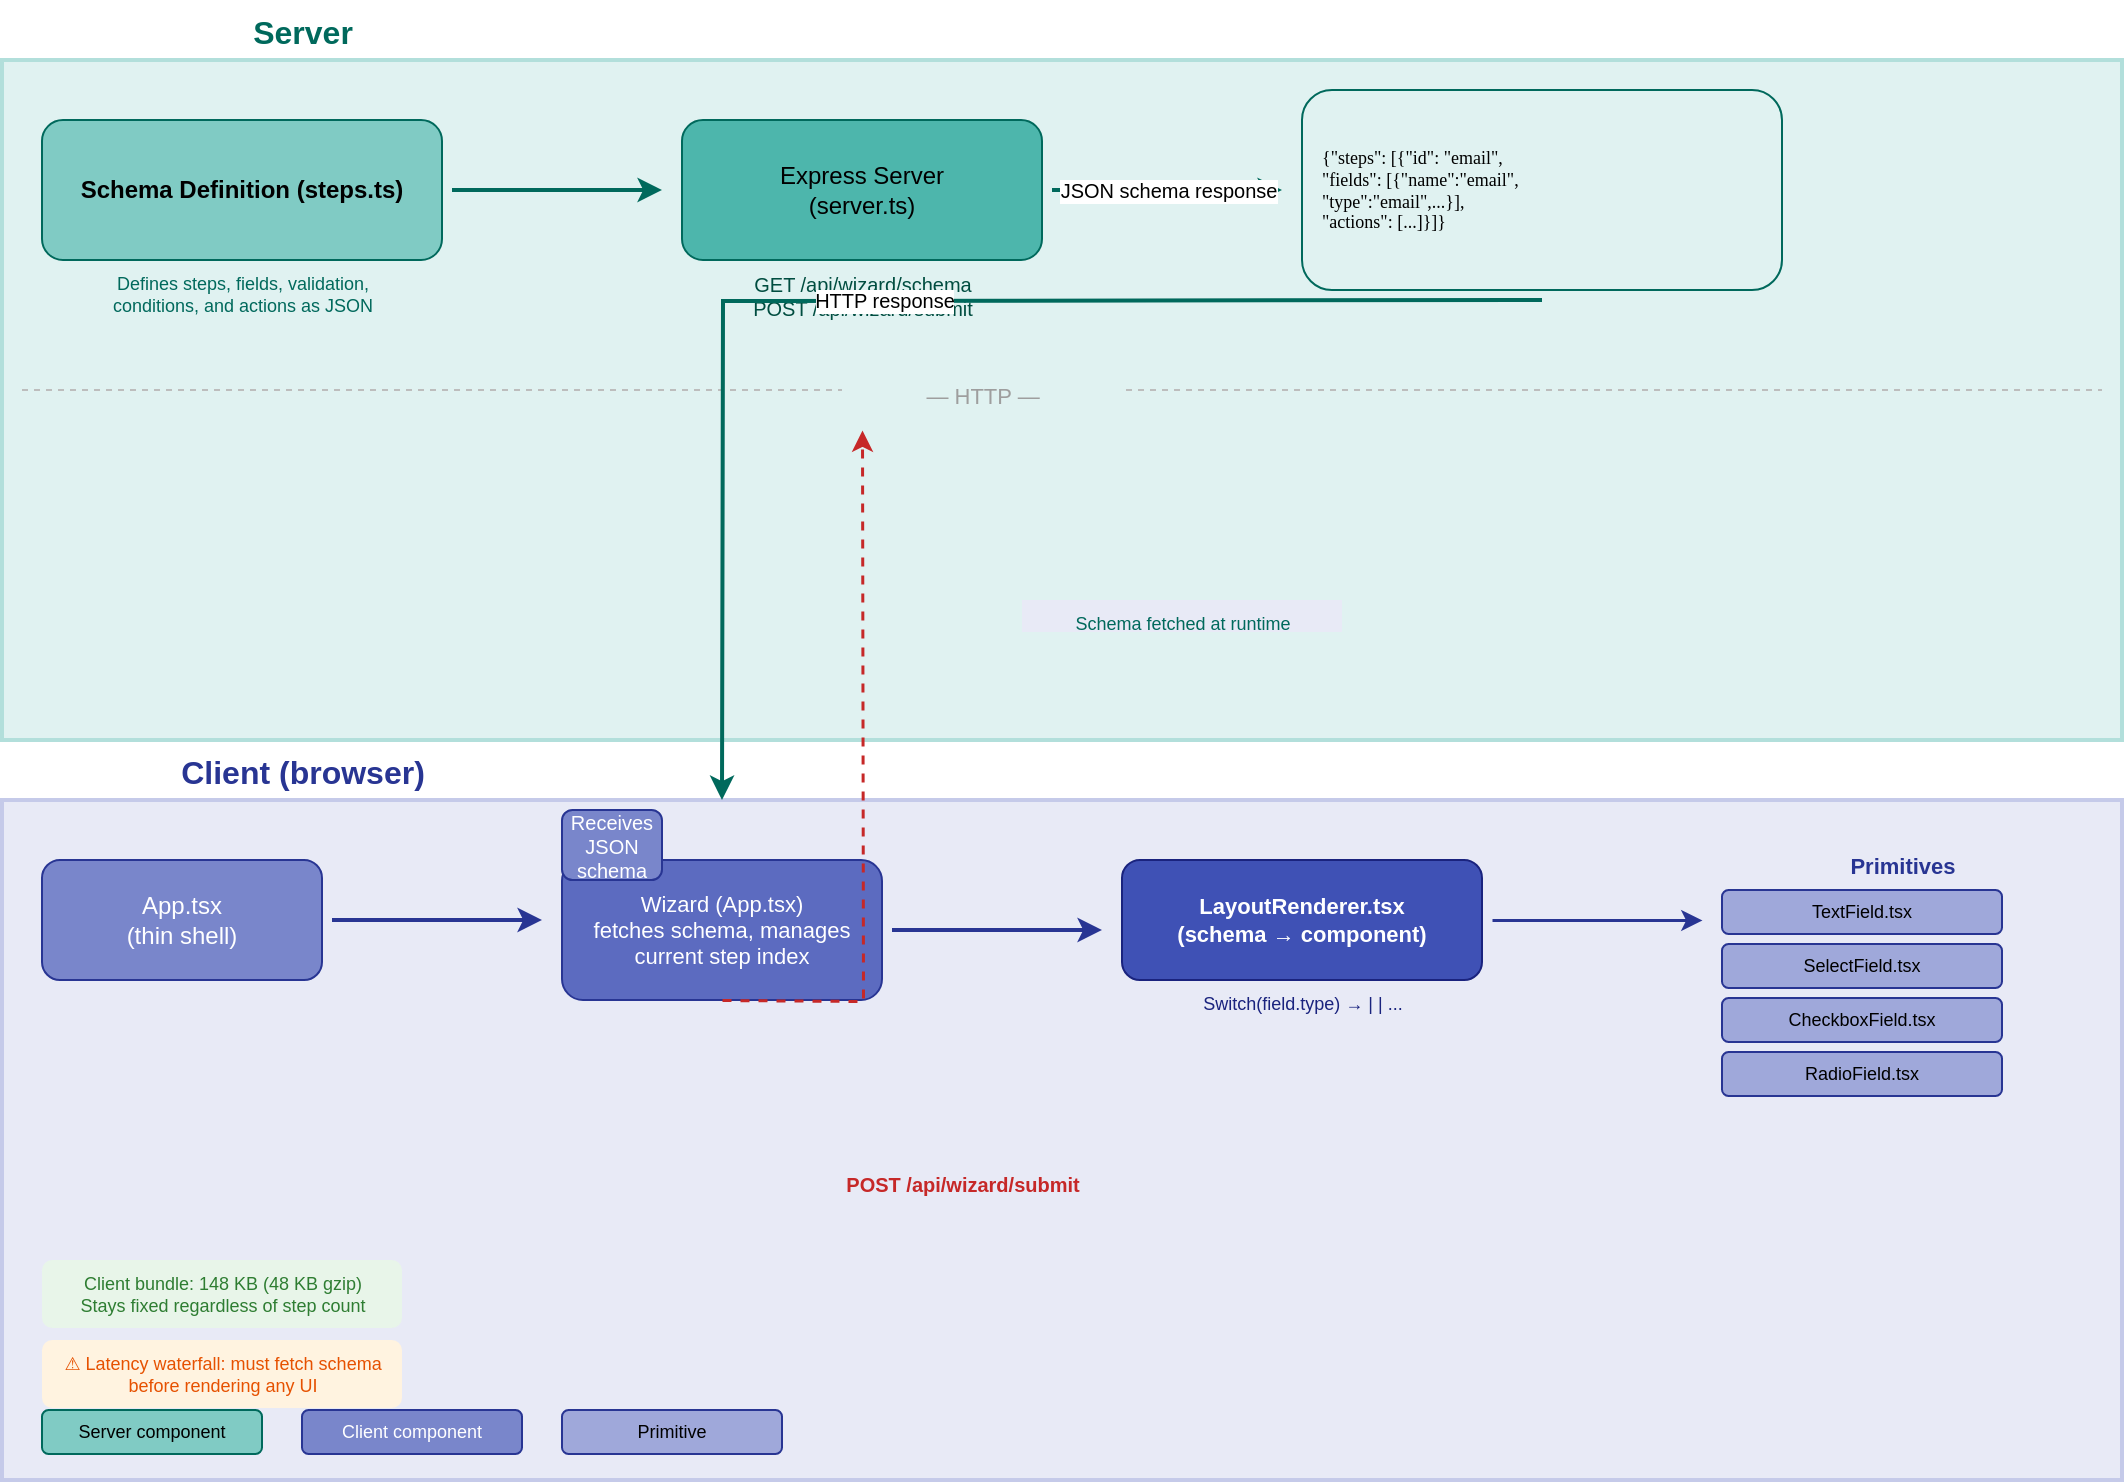
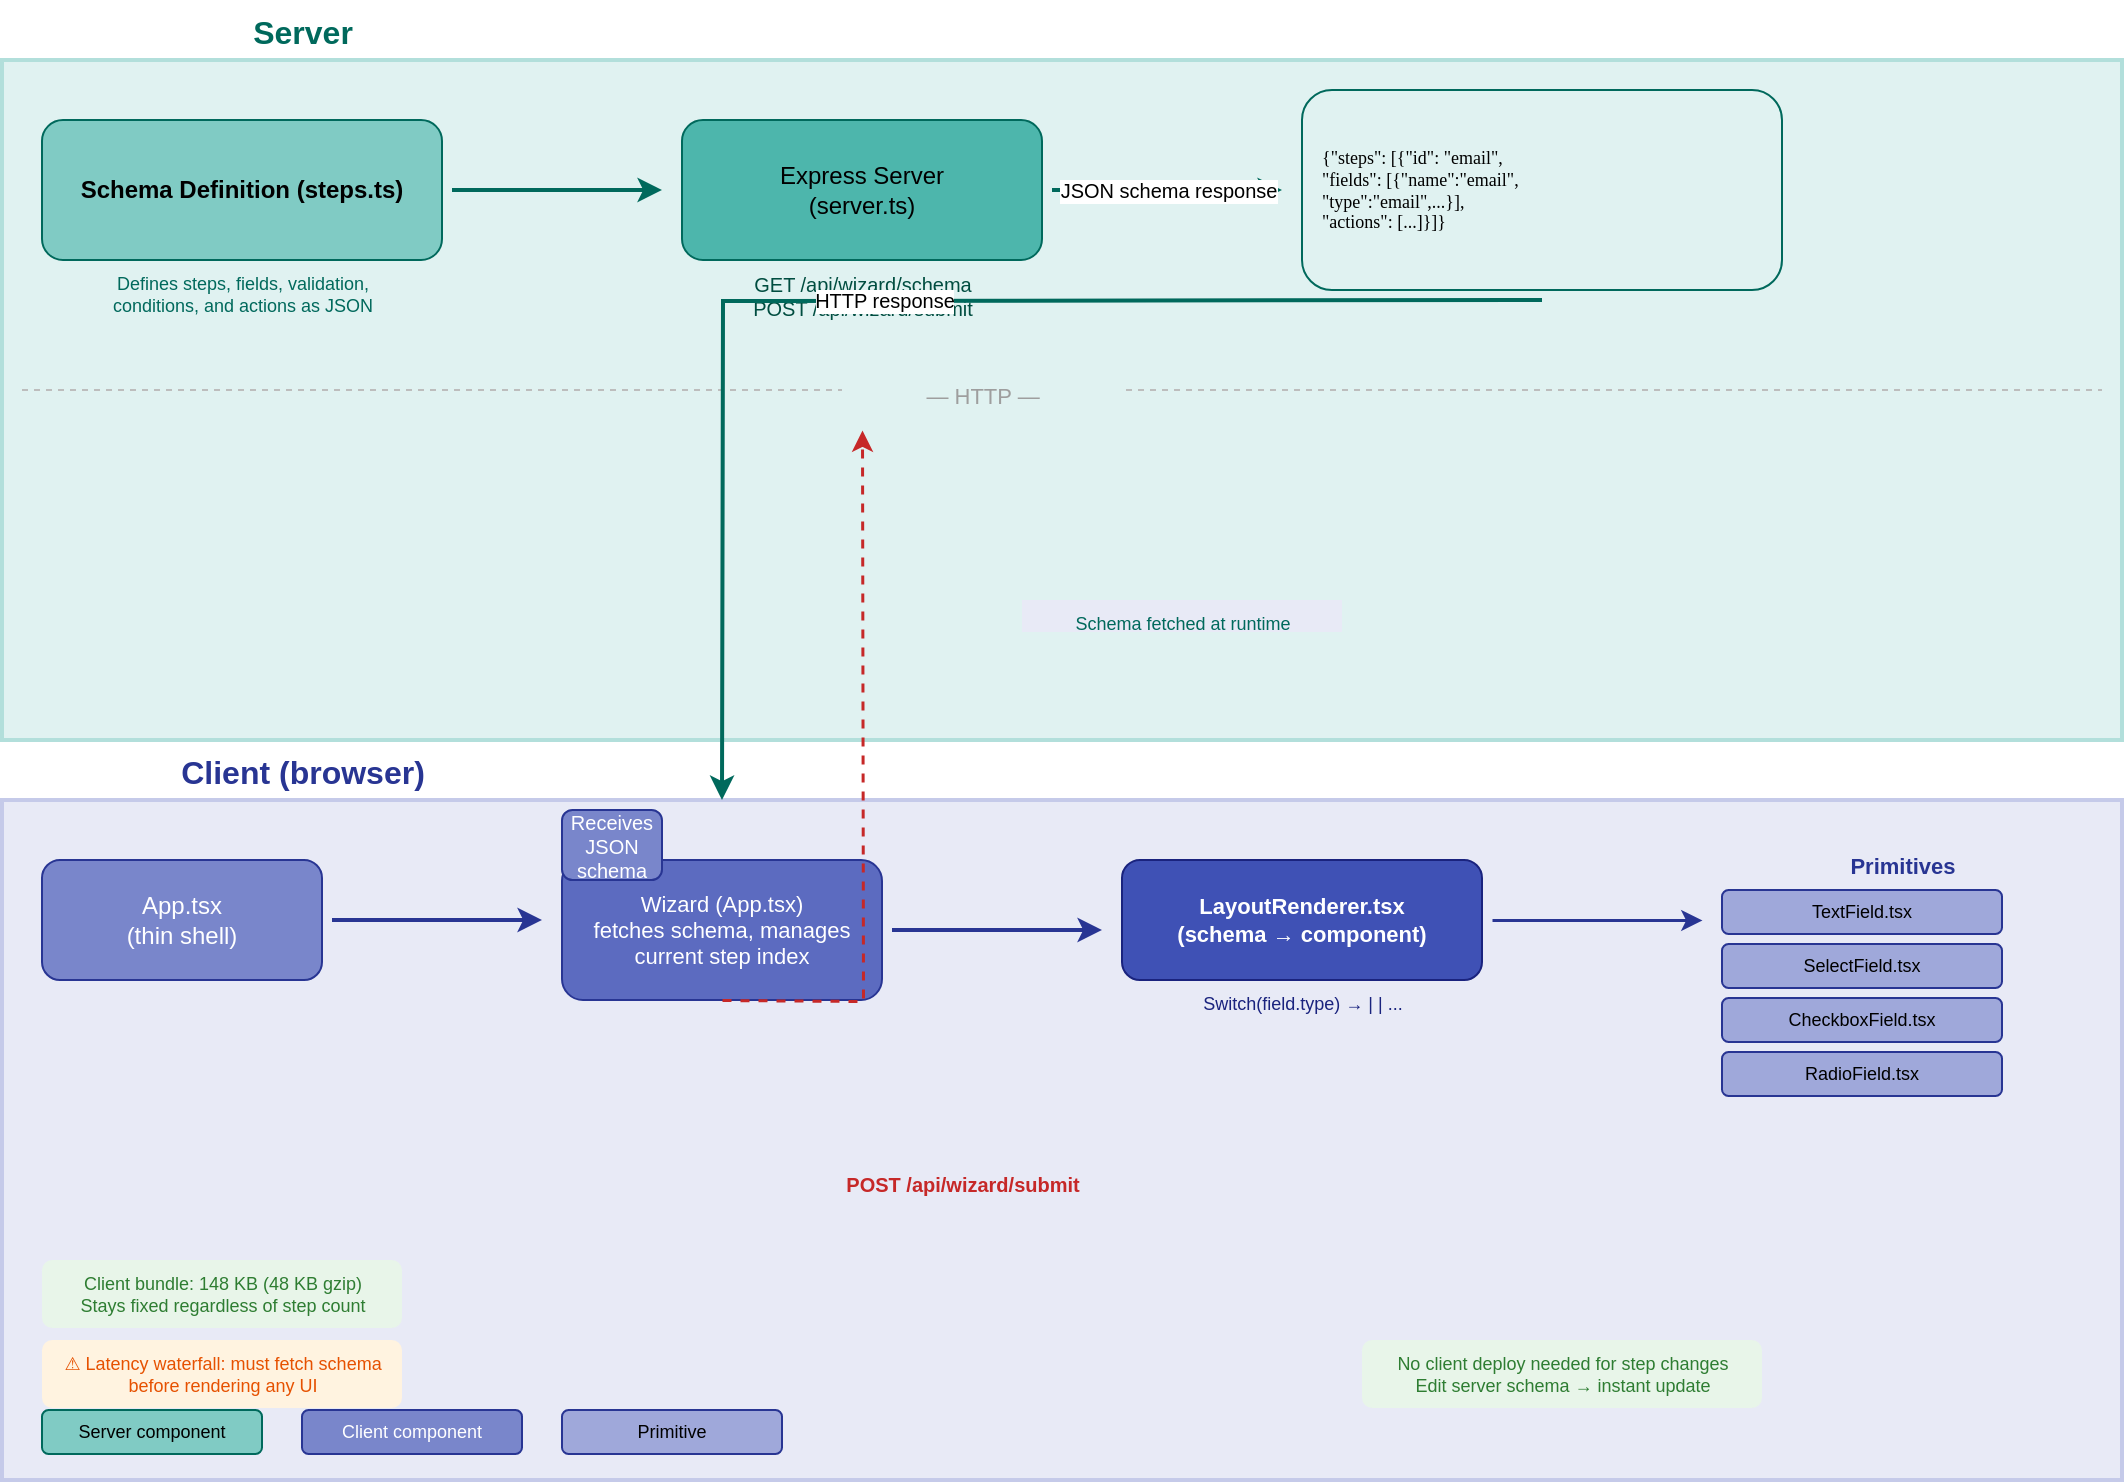
<mxfile host="app.diagrams.net" modified="2026-07-02T11:00:00Z" agent="Mozilla/5.0" version="24.2.5">
  <diagram name="Architecture Flow" id="flow">
    <mxGraphModel dx="0" dy="0" grid="1" gridSize="10" guides="1" tooltips="1" connect="1" arrows="1" fold="1" page="1" pageScale="1" pageWidth="1100" pageHeight="850" math="0" shadow="0">
      <root>
        <mxCell id="0" />
        <mxCell id="1" parent="0" />

        <!-- Section: Server -->
        <mxCell id="s-server" value="Server" style="text;html=1;strokeColor=none;fillColor=none;align=center;fontSize=16;fontStyle=1;fontColor=#00695c;" vertex="1" parent="1">
          <mxGeometry x="20" y="10" width="300" height="30" as="geometry" />
        </mxCell>

        <mxCell id="bg-server" value="" style="rounded=0;whiteSpace=window;fillColor=#e0f2f1;strokeColor=#b2dfdb;strokeWidth=2;fontSize=12;html=1;" vertex="1" parent="1">
          <mxGeometry x="20" y="40" width="1060" height="340" as="geometry" />
        </mxCell>

        <!-- Schema definition -->
        <mxCell id="schema-def" value="Schema Definition (steps.ts)" style="rounded=1;whiteSpace=wrap;html=1;fillColor=#80cbc4;strokeColor=#00695c;fontSize=12;fontStyle=1;" vertex="1" parent="1">
          <mxGeometry x="40" y="70" width="200" height="70" as="geometry" />
        </mxCell>

        <mxCell id="schema-def-note" value="Defines steps, fields, validation,&#10;conditions, and actions as JSON" style="text;html=1;strokeColor=none;fillColor=none;align=center;fontSize=9;fontColor=#00695c;" vertex="1" parent="1">
          <mxGeometry x="40" y="140" width="200" height="30" as="geometry" />
        </mxCell>

        <!-- Arrow: schema → server -->
        <mxCell id="arrow-schema-server" value="" style="edgeStyle=orthogonalEdgeStyle;rounded=0;orthogonalLoop=1;jettySize=auto;html=1;exitX=1;exitY=0.5;entryX=0;entryY=0.5;strokeWidth=2;strokeColor=#00695c;" edge="1" parent="1">
          <mxGeometry relative="1" as="geometry">
            <mxPoint x="245" y="105" as="sourcePoint" />
            <mxPoint x="350" y="105" as="targetPoint" />
          </mxGeometry>
        </mxCell>

        <!-- Express server -->
        <mxCell id="express-server" value="Express Server&#10;(server.ts)" style="rounded=1;whiteSpace=wrap;html=1;fillColor=#4db6ac;strokeColor=#00695c;fontSize=12;" vertex="1" parent="1">
          <mxGeometry x="360" y="70" width="180" height="70" as="geometry" />
        </mxCell>

        <mxCell id="express-note" value="GET /api/wizard/schema&#10;POST /api/wizard/submit" style="text;html=1;strokeColor=none;fillColor=none;align=center;fontSize=10;fontColor=#004d40;" vertex="1" parent="1">
          <mxGeometry x="360" y="140" width="180" height="30" as="geometry" />
        </mxCell>

        <!-- Arrow: server → response -->
        <mxCell id="arrow-server-response" value="JSON schema response" style="edgeStyle=orthogonalEdgeStyle;rounded=0;orthogonalLoop=1;jettySize=auto;html=1;exitX=1;exitY=0.5;entryX=0;entryY=0.5;strokeWidth=2;strokeColor=#00695c;fontSize=10;" edge="1" parent="1">
          <mxGeometry relative="1" as="geometry">
            <mxPoint x="545" y="105" as="sourcePoint" />
            <mxPoint x="660" y="105" as="targetPoint" />
          </mxGeometry>
        </mxCell>

        <!-- JSON response preview -->
        <mxCell id="json-preview" value="{&quot;steps&quot;: [{&quot;id&quot;: &quot;email&quot;,&#10; &quot;fields&quot;: [{&quot;name&quot;:&quot;email&quot;,&#10; &quot;type&quot;:&quot;email&quot;,...}],&#10; &quot;actions&quot;: [...]}]}" style="rounded=1;whiteSpace=pre;html=1;fillColor=#e0f2f1;strokeColor=#00695c;fontSize=9;fontFamily=Consolas;align=left;spacingLeft=8;" vertex="1" parent="1">
          <mxGeometry x="670" y="55" width="240" height="100" as="geometry" />
        </mxCell>

        <!-- Divider -->
        <mxCell id="divider-line" value="" style="line;strokeWidth=1;strokeColor=#bdbdbd;dashed=1;html=1;" vertex="1" parent="1">
          <mxGeometry x="30" y="200" width="1040" height="10" as="geometry" />
        </mxCell>

        <mxCell id="divider-label" value="— HTTP —" style="text;html=1;strokeColor=none;fillColor=#e0f2f1;align=center;fontSize=11;fontColor=#9e9e9e;" vertex="1" parent="1">
          <mxGeometry x="440" y="195" width="140" height="18" as="geometry" />
        </mxCell>

        <!-- Section: Client -->
        <mxCell id="s-client" value="Client (browser)" style="text;html=1;strokeColor=none;fillColor=none;align=center;fontSize=16;fontStyle=1;fontColor=#283593;" vertex="1" parent="1">
          <mxGeometry x="20" y="380" width="300" height="30" as="geometry" />
        </mxCell>

        <mxCell id="bg-client" value="" style="rounded=0;whiteSpace=window;fillColor=#e8eaf6;strokeColor=#c5cae9;strokeWidth=2;fontSize=12;html=1;" vertex="1" parent="1">
          <mxGeometry x="20" y="410" width="1060" height="340" as="geometry" />
        </mxCell>

        <!-- Client app shell -->
        <mxCell id="client-app" value="App.tsx&#10;(thin shell)" style="rounded=1;whiteSpace=wrap;html=1;fillColor=#7986cb;strokeColor=#283593;fontSize=12;fontColor=#ffffff;" vertex="1" parent="1">
          <mxGeometry x="40" y="440" width="140" height="60" as="geometry" />
        </mxCell>

        <!-- Arrow: app → wizard -->
        <mxCell id="arrow-app-wizard" value="" style="edgeStyle=orthogonalEdgeStyle;rounded=0;orthogonalLoop=1;jettySize=auto;html=1;exitX=1;exitY=0.5;entryX=0;entryY=0.5;strokeWidth=2;strokeColor=#283593;" edge="1" parent="1">
          <mxGeometry relative="1" as="geometry">
            <mxPoint x="185" y="470" as="sourcePoint" />
            <mxPoint x="290" y="470" as="targetPoint" />
          </mxGeometry>
        </mxCell>

        <!-- Wizard container -->
        <mxCell id="wizard-container" value="Wizard (App.tsx)&#10;fetches schema, manages&#10;current step index" style="rounded=1;whiteSpace=wrap;html=1;fillColor=#5c6bc0;strokeColor=#283593;fontSize=11;fontColor=#ffffff;" vertex="1" parent="1">
          <mxGeometry x="300" y="440" width="160" height="70" as="geometry" />
        </mxCell>

        <!-- Arrow: wizard → renderer -->
        <mxCell id="arrow-wizard-renderer" value="" style="edgeStyle=orthogonalEdgeStyle;rounded=0;orthogonalLoop=1;jettySize=auto;html=1;exitX=1;exitY=0.5;entryX=0;entryY=0.5;strokeWidth=2;strokeColor=#283593;" edge="1" parent="1">
          <mxGeometry relative="1" as="geometry">
            <mxPoint x="465" y="475" as="sourcePoint" />
            <mxPoint x="570" y="475" as="targetPoint" />
          </mxGeometry>
        </mxCell>

        <!-- LayoutRenderer -->
        <mxCell id="layout-renderer" value="LayoutRenderer.tsx&#10;(schema → component)" style="rounded=1;whiteSpace=wrap;html=1;fillColor=#3f51b5;strokeColor=#1a237e;fontSize=11;fontColor=#ffffff;fontStyle=1;" vertex="1" parent="1">
          <mxGeometry x="580" y="440" width="180" height="60" as="geometry" />
        </mxCell>

        <mxCell id="renderer-note" value="Switch(field.type) → &lt;TextField/&gt; | &lt;SelectField/&gt; | ..." style="text;html=1;strokeColor=none;fillColor=none;align=center;fontSize=9;fontColor=#1a237e;" vertex="1" parent="1">
          <mxGeometry x="580" y="500" width="180" height="16" as="geometry" />
        </mxCell>

        <mxCell id="sdui-bundle-size" value="Client bundle: 148 KB (48 KB gzip)&#10;Stays fixed regardless of step count" style="text;html=1;strokeColor=none;fillColor=#e8f5e9;align=center;fontSize=9;fontColor=#2e7d32;rounded=1;" vertex="1" parent="1">
          <mxGeometry x="40" y="640" width="180" height="34" as="geometry" />
        </mxCell>

        <!-- Arrow: renderer → primitives -->
        <mxCell id="arrow-renderer-prims" value="" style="edgeStyle=orthogonalEdgeStyle;rounded=0;orthogonalLoop=1;jettySize=auto;html=1;exitX=1;exitY=0.5;entryX=0;entryY=0.5;strokeWidth=1.5;strokeColor=#283593;" edge="1" parent="1">
          <mxGeometry relative="1" as="geometry">
            <mxPoint x="765" y="470" as="sourcePoint" />
            <mxPoint x="870" y="470" as="targetPoint" />
          </mxGeometry>
        </mxCell>

        <!-- Primitives -->
        <mxCell id="primitives-title" value="Primitives" style="text;html=1;strokeColor=none;fillColor=none;align=center;fontSize=11;fontStyle=1;fontColor=#283593;" vertex="1" parent="1">
          <mxGeometry x="880" y="430" width="180" height="20" as="geometry" />
        </mxCell>

+         <mxCell id="primitives-count" value="6 reusable primitives" style="text;html=1;strokeColor=none;fillColor=none;align=center;fontSize=8;fontColor=#283593;fontStyle=1;" vertex="1" parent="1">
+           <mxGeometry x="880" y="448" width="180" height="14" as="geometry" />
+         </mxCell>
+ 
        <mxCell id="prim-text" value="TextField.tsx" style="rounded=1;whiteSpace=wrap;html=1;fillColor=#9fa8da;strokeColor=#283593;fontSize=9;" vertex="1" parent="1">
          <mxGeometry x="880" y="455" width="140" height="22" as="geometry" />
        </mxCell>

        <mxCell id="prim-select" value="SelectField.tsx" style="rounded=1;whiteSpace=wrap;html=1;fillColor=#9fa8da;strokeColor=#283593;fontSize=9;" vertex="1" parent="1">
          <mxGeometry x="880" y="482" width="140" height="22" as="geometry" />
        </mxCell>

        <mxCell id="prim-checkbox" value="CheckboxField.tsx" style="rounded=1;whiteSpace=wrap;html=1;fillColor=#9fa8da;strokeColor=#283593;fontSize=9;" vertex="1" parent="1">
          <mxGeometry x="880" y="509" width="140" height="22" as="geometry" />
        </mxCell>

        <mxCell id="prim-radio" value="RadioField.tsx" style="rounded=1;whiteSpace=wrap;html=1;fillColor=#9fa8da;strokeColor=#283593;fontSize=9;" vertex="1" parent="1">
          <mxGeometry x="880" y="536" width="140" height="22" as="geometry" />
        </mxCell>

        <!-- Legend -->
        <mxCell id="legend" value="Legend" style="text;html=1;strokeColor=none;fillColor=none;align=left;fontSize=11;fontStyle=1;fontColor=#616161;" vertex="1" parent="1">
          <mxGeometry x="40" y="690" width="60" height="20" as="geometry" />
        </mxCell>

        <mxCell id="legend-srv" value="Server component" style="rounded=1;whiteSpace=wrap;html=1;fillColor=#80cbc4;strokeColor=#00695c;fontSize=9;" vertex="1" parent="1">
          <mxGeometry x="40" y="715" width="110" height="22" as="geometry" />
        </mxCell>

        <mxCell id="legend-cli" value="Client component" style="rounded=1;whiteSpace=wrap;html=1;fillColor=#7986cb;strokeColor=#283593;fontSize=9;fontColor=#ffffff;" vertex="1" parent="1">
          <mxGeometry x="170" y="715" width="110" height="22" as="geometry" />
        </mxCell>

        <mxCell id="legend-prim" value="Primitive" style="rounded=1;whiteSpace=wrap;html=1;fillColor=#9fa8da;strokeColor=#283593;fontSize=9;" vertex="1" parent="1">
          <mxGeometry x="300" y="715" width="110" height="22" as="geometry" />
+         </mxCell>
+ 
+         <mxCell id="no-client-deploy" value="No client deploy needed for step changes&#10;Edit server schema → instant update" style="text;html=1;strokeColor=none;fillColor=#e8f5e9;align=center;fontSize=9;fontColor=#2e7d32;rounded=1;" vertex="1" parent="1">
+           <mxGeometry x="700" y="680" width="200" height="34" as="geometry" />
        </mxCell>

        <!-- Data submission flow (POST) -->
        <mxCell id="post-arrow-label" value="POST /api/wizard/submit" style="text;html=1;strokeColor=none;fillColor=none;align=center;fontSize=10;fontColor=#c62828;fontStyle=1;" vertex="1" parent="1">
          <mxGeometry x="430" y="590" width="140" height="16" as="geometry" />
        </mxCell>

        <mxCell id="post-arrow" value="" style="edgeStyle=orthogonalEdgeStyle;rounded=0;orthogonalLoop=1;jettySize=auto;html=1;exitX=0.5;exitY=1;entryX=0.5;entryY=0;strokeWidth=1.5;strokeColor=#c62828;dashed=1;fontSize=10;" edge="1" parent="1">
          <mxGeometry relative="1" as="geometry">
            <mxPoint x="380" y="510" as="sourcePoint" />
            <mxPoint x="450" y="225" as="targetPoint" />
          </mxGeometry>
        </mxCell>

        <!-- Arrow from schema to client -->
        <mxCell id="http-schema-arrow" value="HTTP response" style="edgeStyle=orthogonalEdgeStyle;rounded=0;orthogonalLoop=1;jettySize=auto;html=1;exitX=1;exitY=0.5;entryX=0.5;entryY=0;strokeWidth=2;strokeColor=#00695c;fontSize=10;" edge="1" parent="1">
          <mxGeometry relative="1" as="geometry">
            <mxPoint x="790" y="160" as="sourcePoint" />
            <mxPoint x="380" y="410" as="targetPoint" />
          </mxGeometry>
        </mxCell>

        <mxCell id="http-schema-label" value="Schema fetched at runtime" style="text;html=1;strokeColor=none;fillColor=#e8eaf6;align=center;fontSize=9;fontColor=#00695c;" vertex="1" parent="1">
          <mxGeometry x="530" y="310" width="160" height="16" as="geometry" />
        </mxCell>

        <!-- Client receives schema -->
        <mxCell id="client-receive" value="Receives JSON&#10;schema" style="rounded=1;whiteSpace=wrap;html=1;fillColor=#7986cb;strokeColor=#283593;fontSize=10;fontColor=#ffffff;" vertex="1" parent="1">
          <mxGeometry x="300" y="415" width="50" height="35" as="geometry" />
        </mxCell>

        <mxCell id="waterfall-note" value="⚠ Latency waterfall: must fetch schema&#10;before rendering any UI" style="text;html=1;strokeColor=none;fillColor=#fff3e0;align=center;fontSize=9;fontColor=#e65100;rounded=1;" vertex="1" parent="1">
          <mxGeometry x="40" y="680" width="180" height="34" as="geometry" />
        </mxCell>
      </root>
    </mxGraphModel>
  </diagram>
  <diagram id="components" name="Component Hierarchy">
    <mxGraphModel dx="0" dy="0" grid="1" gridSize="10" guides="1" tooltips="1" connect="1" arrows="1" fold="1" page="1" pageScale="1" pageWidth="1100" pageHeight="850" math="0" shadow="0">
      <root>
        <mxCell id="0" />
        <mxCell id="1" parent="0" />

        <mxCell id="h-title" value="Component Hierarchy — Server-Driven UI" style="text;html=1;strokeColor=none;fillColor=none;align=center;fontSize=16;fontStyle=1;fontColor=#283593;" vertex="1" parent="1">
          <mxGeometry x="300" y="20" width="400" height="30" as="geometry" />
        </mxCell>

        <!-- App -->
        <mxCell id="h-app" value="App.tsx" style="rounded=1;whiteSpace=wrap;html=1;fillColor=#c5cae9;strokeColor=#283593;fontSize=12;fontStyle=1;arcSize=20;" vertex="1" parent="1">
          <mxGeometry x="440" y="80" width="120" height="40" as="geometry" />
        </mxCell>

        <!-- WizardProvider -->
        <mxCell id="h-provider" value="WizardProvider&#10;(context / state)" style="rounded=1;whiteSpace=wrap;html=1;fillColor=#9fa8da;strokeColor=#283593;fontSize=11;" vertex="1" parent="1">
          <mxGeometry x="440" y="160" width="120" height="50" as="geometry" />
        </mxCell>

        <mxCell id="h-edge-app-provider" value="" style="edgeStyle=orthogonalEdgeStyle;rounded=0;orthogonalLoop=1;jettySize=auto;html=1;exitX=0.5;exitY=1;entryX=0.5;entryY=0;strokeWidth=1.5;strokeColor=#283593;" edge="1" parent="1">
          <mxGeometry relative="1" as="geometry">
            <mxPoint x="500" y="120" as="sourcePoint" />
            <mxPoint x="500" y="160" as="targetPoint" />
          </mxGeometry>
        </mxCell>

        <!-- Wizard -->
        <mxCell id="h-wizard" value="Wizard (in App.tsx)&#10;fetches schema, manages index" style="rounded=1;whiteSpace=wrap;html=1;fillColor=#7986cb;strokeColor=#283593;fontSize=10;fontColor=#ffffff;" vertex="1" parent="1">
          <mxGeometry x="430" y="250" width="140" height="40" as="geometry" />
        </mxCell>

        <mxCell id="h-edge-provider-wizard" value="" style="edgeStyle=orthogonalEdgeStyle;rounded=0;orthogonalLoop=1;jettySize=auto;html=1;exitX=0.5;exitY=1;entryX=0.5;entryY=0;strokeWidth=1.5;strokeColor=#283593;" edge="1" parent="1">
          <mxGeometry relative="1" as="geometry">
            <mxPoint x="500" y="210" as="sourcePoint" />
            <mxPoint x="500" y="250" as="targetPoint" />
          </mxGeometry>
        </mxCell>

        <!-- ProgressBar -->
        <mxCell id="h-progress" value="ProgressBar" style="rounded=1;whiteSpace=wrap;html=1;fillColor=#5c6bc0;strokeColor=#283593;fontSize=10;fontColor=#ffffff;" vertex="1" parent="1">
          <mxGeometry x="130" y="340" width="120" height="30" as="geometry" />
        </mxCell>

        <mxCell id="h-edge-wizard-progress" value="" style="edgeStyle=orthogonalEdgeStyle;rounded=0;orthogonalLoop=1;jettySize=auto;html=1;exitX=0.5;exitY=1;entryX=0.5;entryY=0;strokeWidth=1.5;strokeColor=#283593;" edge="1" parent="1">
          <mxGeometry relative="1" as="geometry">
            <mxPoint x="460" y="290" as="sourcePoint" />
            <mxPoint x="190" y="340" as="targetPoint" />
          </mxGeometry>
        </mxCell>

        <!-- LayoutRenderer -->
        <mxCell id="h-renderer" value="LayoutRenderer.tsx" style="rounded=1;whiteSpace=wrap;html=1;fillColor=#3f51b5;strokeColor=#1a237e;fontSize=11;fontStyle=1;fontColor=#ffffff;" vertex="1" parent="1">
          <mxGeometry x="430" y="330" width="140" height="40" as="geometry" />
        </mxCell>

        <mxCell id="h-edge-wizard-renderer" value="" style="edgeStyle=orthogonalEdgeStyle;rounded=0;orthogonalLoop=1;jettySize=auto;html=1;exitX=0.5;exitY=1;entryX=0.5;entryY=0;strokeWidth=1.5;strokeColor=#283593;" edge="1" parent="1">
          <mxGeometry relative="1" as="geometry">
            <mxPoint x="500" y="290" as="sourcePoint" />
            <mxPoint x="500" y="330" as="targetPoint" />
          </mxGeometry>
        </mxCell>

        <!-- Primitives group -->
        <mxCell id="h-prims-label" value="Primitives (reusable)" style="text;html=1;strokeColor=none;fillColor=#e8eaf6;align=center;fontSize=11;fontStyle=1;fontColor=#283593;rounded=1;" vertex="1" parent="1">
          <mxGeometry x="280" y="400" width="140" height="22" as="geometry" />
        </mxCell>

        <mxCell id="h-prims-bg" value="" style="rounded=1;whiteSpace=window;fillColor=#e8eaf6;strokeColor=#c5cae9;strokeWidth=1;fontSize=12;html=1;dashed=1;" vertex="1" parent="1">
          <mxGeometry x="280" y="425" width="460" height="200" as="geometry" />
        </mxCell>

        <!-- TextField -->
        <mxCell id="h-prim-text" value="TextField.tsx" style="rounded=1;whiteSpace=wrap;html=1;fillColor=#5c6bc0;strokeColor=#283593;fontSize=10;fontColor=#ffffff;" vertex="1" parent="1">
          <mxGeometry x="300" y="440" width="150" height="28" as="geometry" />
        </mxCell>

        <!-- SelectField -->
        <mxCell id="h-prim-select" value="SelectField.tsx" style="rounded=1;whiteSpace=wrap;html=1;fillColor=#5c6bc0;strokeColor=#283593;fontSize=10;fontColor=#ffffff;" vertex="1" parent="1">
          <mxGeometry x="300" y="478" width="150" height="28" as="geometry" />
        </mxCell>

        <!-- CheckboxField -->
        <mxCell id="h-prim-checkbox" value="CheckboxField.tsx" style="rounded=1;whiteSpace=wrap;html=1;fillColor=#5c6bc0;strokeColor=#283593;fontSize=10;fontColor=#ffffff;" vertex="1" parent="1">
          <mxGeometry x="300" y="516" width="150" height="28" as="geometry" />
        </mxCell>

        <!-- RadioField -->
        <mxCell id="h-prim-radio" value="RadioField.tsx" style="rounded=1;whiteSpace=wrap;html=1;fillColor=#5c6bc0;strokeColor=#283593;fontSize=10;fontColor=#ffffff;" vertex="1" parent="1">
          <mxGeometry x="300" y="554" width="150" height="28" as="geometry" />
        </mxCell>

        <!-- Button -->
        <mxCell id="h-prim-button" value="Button.tsx" style="rounded=1;whiteSpace=wrap;html=1;fillColor=#5c6bc0;strokeColor=#283593;fontSize=10;fontColor=#ffffff;" vertex="1" parent="1">
          <mxGeometry x="490" y="440" width="150" height="28" as="geometry" />
        </mxCell>

        <!-- ProgressBar primitive -->
        <mxCell id="h-prim-progress" value="ProgressBar.tsx" style="rounded=1;whiteSpace=wrap;html=1;fillColor=#5c6bc0;strokeColor=#283593;fontSize=10;fontColor=#ffffff;" vertex="1" parent="1">
          <mxGeometry x="490" y="478" width="150" height="28" as="geometry" />
        </mxCell>

        <!-- LayoutRenderer → primitives arrow -->
        <mxCell id="h-edge-renderer-prims" value="maps type → component" style="edgeStyle=orthogonalEdgeStyle;rounded=0;orthogonalLoop=1;jettySize=auto;html=1;exitX=0.5;exitY=1;entryX=0.5;entryY=0;strokeWidth=1.5;strokeColor=#283593;fontSize=9;" edge="1" parent="1">
          <mxGeometry relative="1" as="geometry">
            <mxPoint x="500" y="370" as="sourcePoint" />
            <mxPoint x="500" y="425" as="targetPoint" />
          </mxGeometry>
        </mxCell>

        <!-- Note about zero step knowledge -->
        <mxCell id="h-note" value="The client has ZERO knowledge of specific steps.&#10;It only knows how to render primitive field types." style="text;html=1;strokeColor=none;fillColor=#fff8e1;align=center;fontSize=10;fontColor=#e65100;fontStyle=1;rounded=1;" vertex="1" parent="1">
          <mxGeometry x="680" y="440" width="240" height="50" as="geometry" />
        </mxCell>

        <!-- Legend -->
        <mxCell id="h-legend" value="Legend" style="text;html=1;strokeColor=none;fillColor=none;align=left;fontSize=11;fontStyle=1;fontColor=#616161;" vertex="1" parent="1">
          <mxGeometry x="40" y="650" width="60" height="20" as="geometry" />
        </mxCell>

        <mxCell id="h-leg-wrapper" value="Container / state" style="rounded=1;whiteSpace=wrap;html=1;fillColor=#9fa8da;strokeColor=#283593;fontSize=9;" vertex="1" parent="1">
          <mxGeometry x="40" y="675" width="120" height="22" as="geometry" />
        </mxCell>
        <mxCell id="h-leg-prim" value="Primitive" style="rounded=1;whiteSpace=wrap;html=1;fillColor=#5c6bc0;strokeColor=#283593;fontSize=9;fontColor=#ffffff;" vertex="1" parent="1">
          <mxGeometry x="180" y="675" width="120" height="22" as="geometry" />
        </mxCell>
        <mxCell id="h-leg-core" value="Core renderer" style="rounded=1;whiteSpace=wrap;html=1;fillColor=#3f51b5;strokeColor=#1a237e;fontSize=9;fontColor=#ffffff;" vertex="1" parent="1">
          <mxGeometry x="320" y="675" width="120" height="22" as="geometry" />
        </mxCell>
      </root>
    </mxGraphModel>
  </diagram>
</mxfile>
